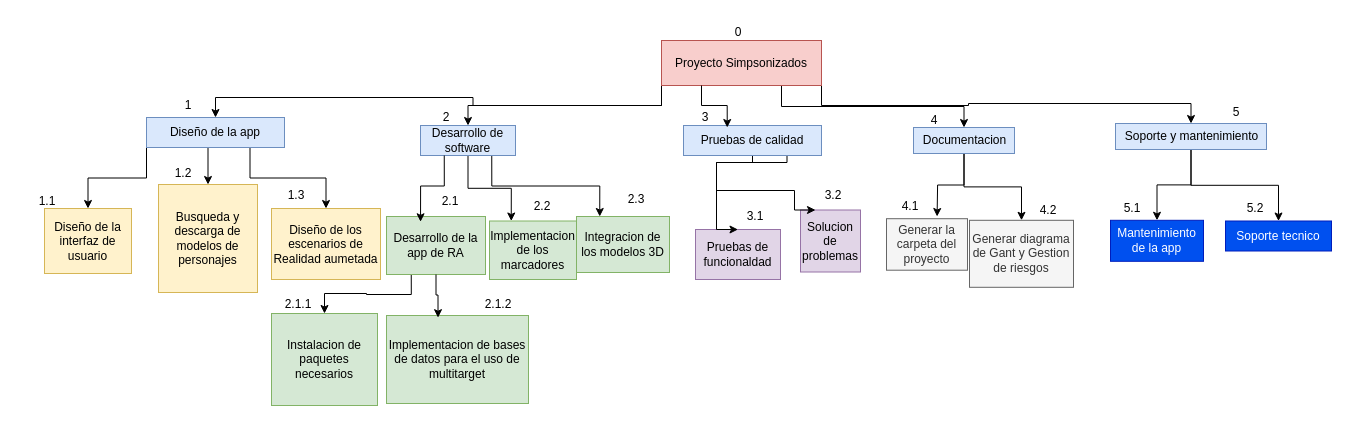
Earlier version of the draw.io diagram EDT.drawio (frann-1911/Proyecto-Simpsons). Source tidied: cells renumbered, new cells numbered last; positions are measured from the earlier drawing's top-left corner, leaving out a move shared by most shapes. Both pictures are drawn from the tidied source at 100%, with x=0, y=0 at pixel (17, 17).
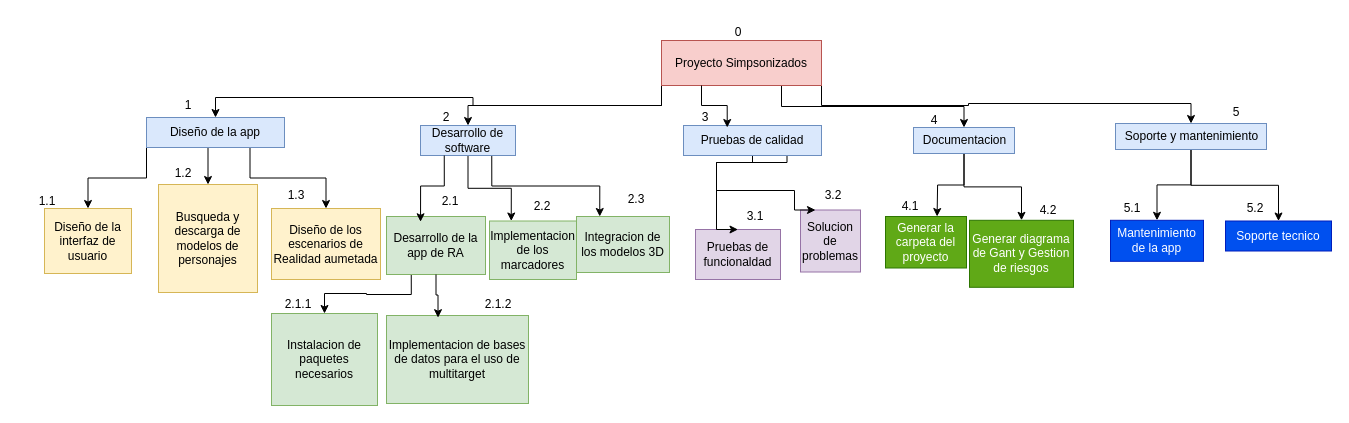
The same diagram, later.

Change to the diagram source:
```diff
@@
-    <mxCell id="37" value="Generar diagrama de Gant y Gestion de riesgos" style="text;html=1;align=center;verticalAlign=middle;whiteSpace=wrap;rounded=0;fillColor=#f5f5f5;fontColor=#333333;strokeColor=#666666;" parent="1" vertex="1">
+    <mxCell id="37" value="Generar diagrama de Gant y Gestion de riesgos" style="text;html=1;align=center;verticalAlign=middle;whiteSpace=wrap;rounded=0;fillColor=#60a917;fontColor=#ffffff;strokeColor=#2D7600;" parent="1" vertex="1">
       <mxGeometry x="952" y="202.8" width="104" height="67" as="geometry" />
     </mxCell>
@@
-    <mxCell id="40" value="Generar la carpeta del proyecto" style="text;html=1;align=center;verticalAlign=middle;whiteSpace=wrap;rounded=0;fillColor=#f5f5f5;fontColor=#333333;strokeColor=#666666;" parent="1" vertex="1">
-      <mxGeometry x="869" y="201.2" width="81" height="51.5" as="geometry" />
+    <mxCell id="40" value="Generar la carpeta del proyecto" style="text;html=1;align=center;verticalAlign=middle;whiteSpace=wrap;rounded=0;fillColor=#60a917;fontColor=#ffffff;strokeColor=#2D7600;" parent="1" vertex="1">
+      <mxGeometry x="868" y="199" width="81" height="51.5" as="geometry" />
     </mxCell>
```
